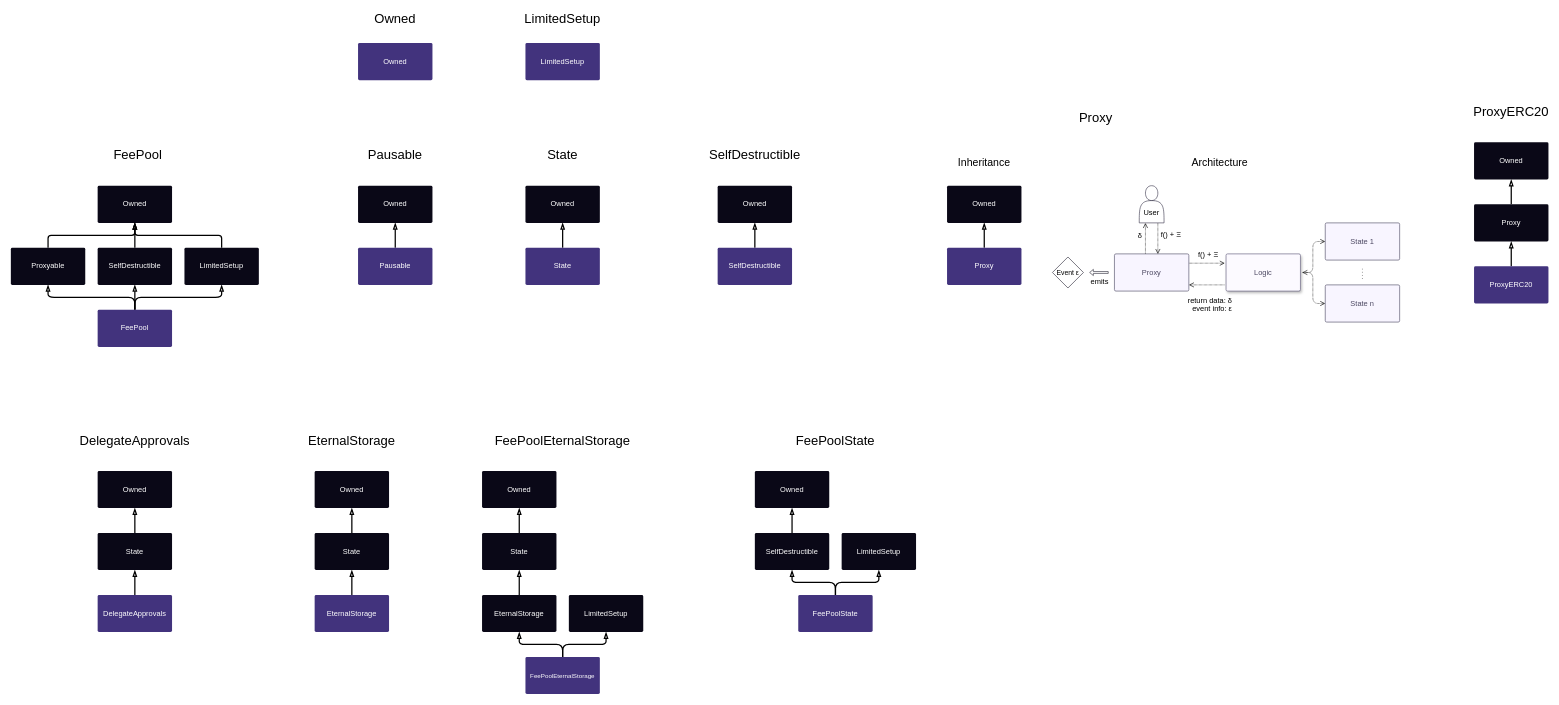
Earlier version of the draw.io diagram docs/img/graphs/synthetix-docs-graphs.drawio (Synthetixio/synthetix). Source tidied: cells renumbered, new cells numbered last; positions are measured from the earlier drawing's top-left corner, leaving out a move shared by most shapes. Both pictures are drawn from the tidied source at 62%, with x=0, y=0 at pixel (11, 12).
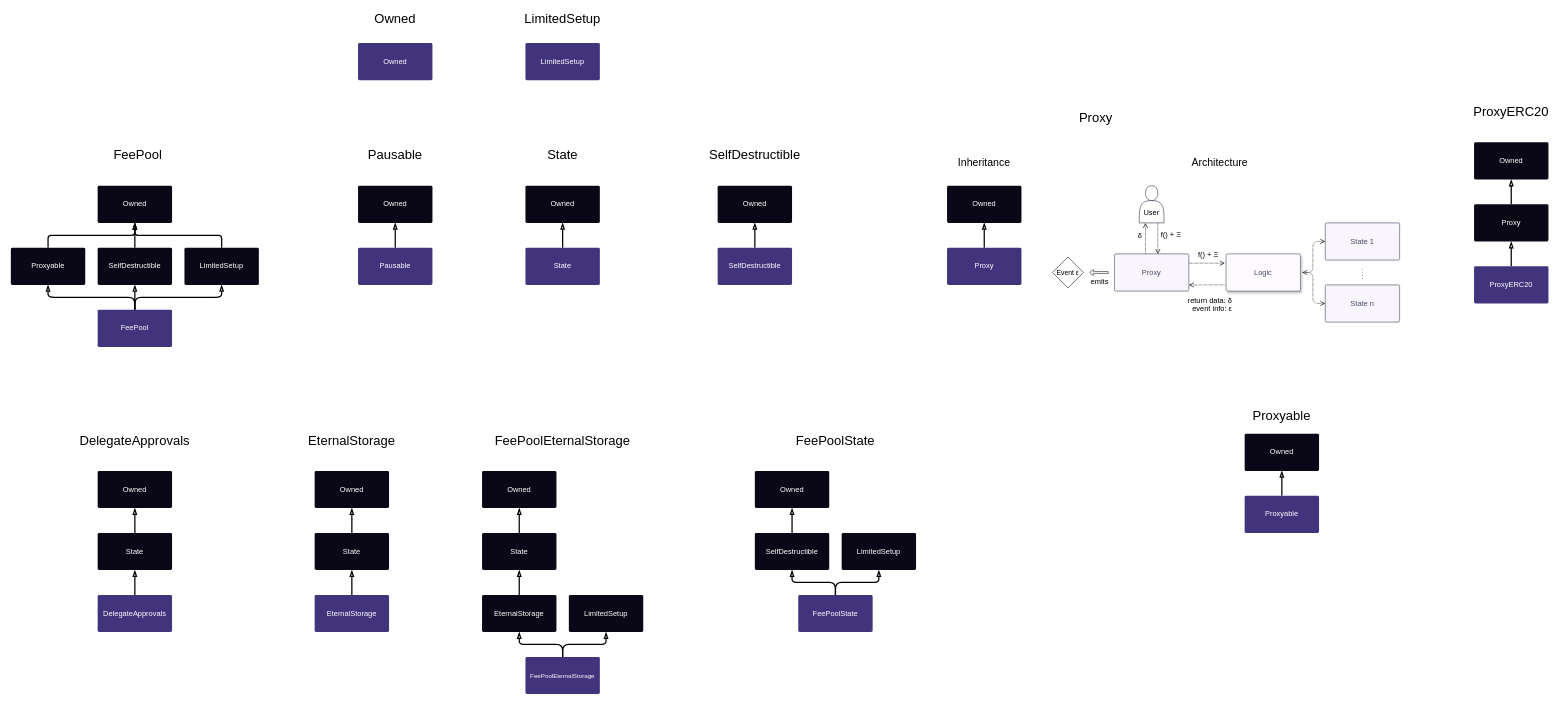
After the change.

Commit message (it also covers changes not shown here):
Proxyable notes.

Diff of the diagram source:
```diff
@@
+    <mxCell id="91" value="Proxyable" style="text;html=1;strokeColor=none;fillColor=none;align=center;verticalAlign=middle;whiteSpace=wrap;rounded=0;fontSize=21;" parent="1" vertex="1">
+      <mxGeometry x="2030" y="640" width="40" height="20" as="geometry" />
+    </mxCell>
+    <mxCell id="92" style="edgeStyle=orthogonalEdgeStyle;rounded=1;jettySize=auto;html=1;exitX=0.5;exitY=0;exitDx=0;exitDy=0;endArrow=blockThin;endFill=0;strokeWidth=2;fontSize=21;" parent="1" edge="1" source="93" target="94">
+      <mxGeometry relative="1" as="geometry" />
+    </mxCell>
+    <mxCell id="93" value="&lt;font color=&quot;#FFFFFF&quot;&gt;Proxyable&lt;/font&gt;" style="rounded=1;whiteSpace=wrap;html=1;fillColor=#42337D;strokeColor=none;arcSize=4;gradientColor=none;" parent="1" vertex="1">
+      <mxGeometry x="1990" y="780" width="120" height="60" as="geometry" />
+    </mxCell>
+    <mxCell id="94" value="&lt;font color=&quot;#FFFFFF&quot;&gt;Owned&lt;/font&gt;" style="rounded=1;whiteSpace=wrap;html=1;fillColor=#0a0817;strokeColor=none;arcSize=4;" parent="1" vertex="1">
+      <mxGeometry x="1990" y="680" width="120" height="60" as="geometry" />
+    </mxCell>
```
